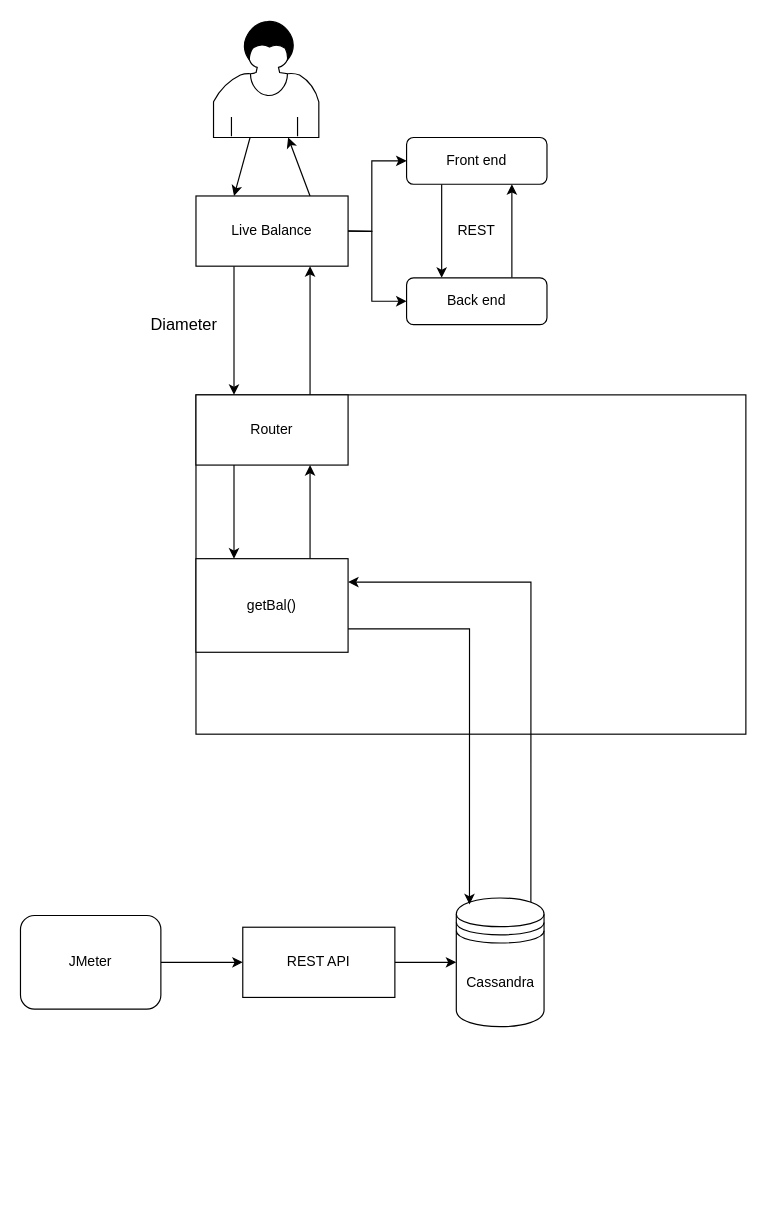
Earlier version of the draw.io diagram Diagram.drawio (nceduc/DiameterProject). Source tidied: cells renumbered, new cells numbered last; positions are measured from the earlier drawing's top-left corner, leaving out a move shared by most shapes. Both pictures are drawn from the tidied source at 117%, with x=0, y=0 at pixel (20, 20).
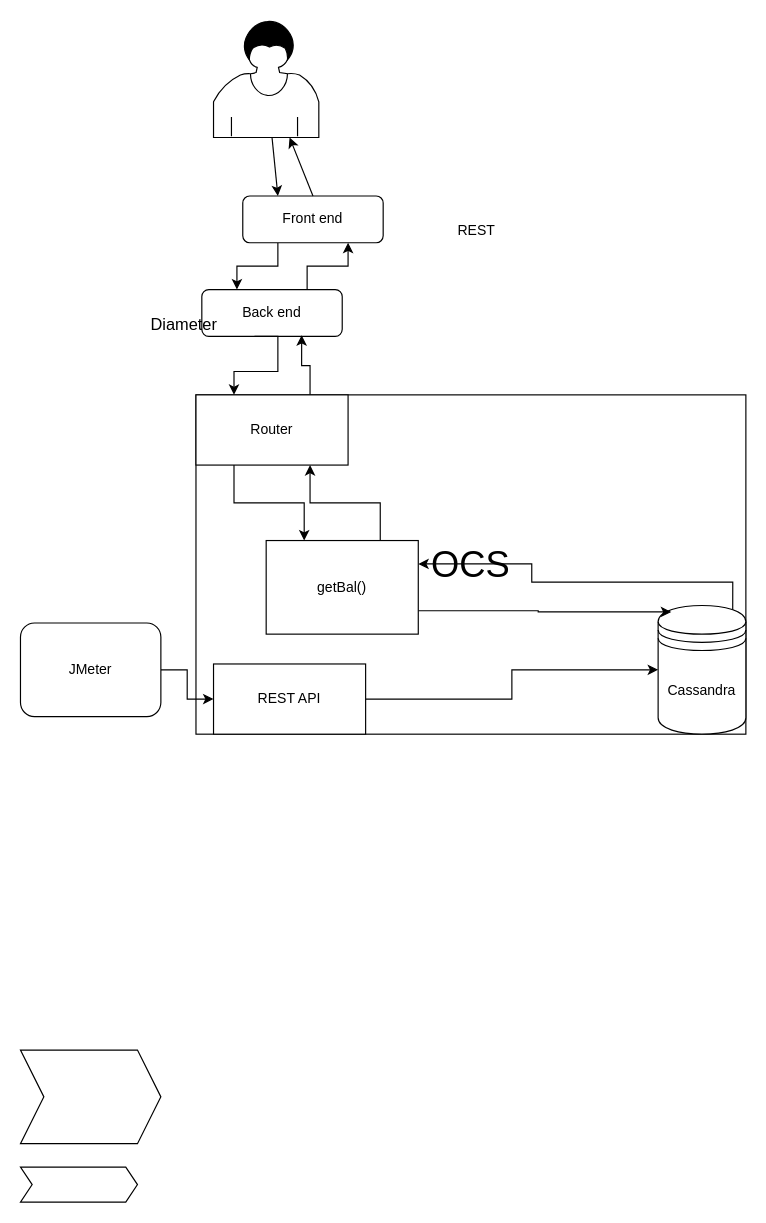
Above is the later version.

The change refers to these unchanged cells:
```xml
<mxCell id="3" style="shape=mxgraph.bpmn.user_task;html=1;outlineConnect=0;" parent="1" vertex="1">
  <mxGeometry x="165" width="90" height="100" as="geometry" />
</mxCell>
<mxCell id="10" value="&lt;font style=&quot;font-size: 14px&quot;&gt;Diameter&lt;/font&gt;" style="text;html=1;strokeColor=none;fillColor=none;align=center;verticalAlign=middle;whiteSpace=wrap;rounded=0;" parent="1" vertex="1">
  <mxGeometry x="80" y="240" width="120" height="40" as="geometry" />
</mxCell>
<mxCell id="22" value="Router" style="rounded=0;whiteSpace=wrap;html=1;" parent="1" vertex="1">
  <mxGeometry x="150" y="320" width="130" height="60" as="geometry" />
</mxCell>
```

Change to the diagram source:
```diff
@@
-    <mxCell id="2" style="rounded=0;whiteSpace=wrap;html=1;" parent="1" vertex="1">
+    <mxCell id="2" value="&lt;font style=&quot;font-size: 31px&quot;&gt;OCS&lt;/font&gt;" style="rounded=0;whiteSpace=wrap;html=1;" parent="1" vertex="1">
       <mxGeometry x="150" y="320" width="470" height="290" as="geometry" />
     </mxCell>
@@
     <mxCell id="5" value="Front end&lt;br&gt;" style="shape=ext;rounded=1;html=1;whiteSpace=wrap;" parent="1" vertex="1">
-      <mxGeometry x="330" y="100" width="120" height="40" as="geometry" />
+      <mxGeometry x="190" y="150" width="120" height="40" as="geometry" />
     </mxCell>
@@
     <mxCell id="7" value="Back end" style="shape=ext;rounded=1;html=1;whiteSpace=wrap;" parent="1" vertex="1">
-      <mxGeometry x="330" y="220" width="120" height="40" as="geometry" />
+      <mxGeometry x="155" y="230" width="120" height="40" as="geometry" />
     </mxCell>
-    <mxCell id="8" style="edgeStyle=orthogonalEdgeStyle;rounded=0;jettySize=auto;html=1;exitX=1;exitY=0.5;exitDx=0;exitDy=0;entryX=0;entryY=0.5;entryDx=0;entryDy=0;" parent="1" edge="1" target="5">
-      <mxGeometry relative="1" as="geometry">
-        <mxPoint x="269.6" y="179.8" as="sourcePoint" />
-      </mxGeometry>
-    </mxCell>
-    <mxCell id="9" style="edgeStyle=orthogonalEdgeStyle;rounded=0;jettySize=auto;html=1;exitX=1;exitY=0.5;exitDx=0;exitDy=0;entryX=0;entryY=0.5;entryDx=0;entryDy=0;" parent="1" edge="1" target="7">
-      <mxGeometry relative="1" as="geometry">
-        <mxPoint x="269.6" y="179.8" as="sourcePoint" />
-      </mxGeometry>
-    </mxCell>
@@
     <mxCell id="12" value="JMeter" style="shape=ext;rounded=1;html=1;whiteSpace=wrap;" parent="1" vertex="1">
-      <mxGeometry y="765" width="120" height="80" as="geometry" />
+      <mxGeometry y="515" width="120" height="80" as="geometry" />
     </mxCell>
@@
     <mxCell id="14" value="Cassandra" style="shape=datastore;whiteSpace=wrap;html=1;" parent="1" vertex="1">
-      <mxGeometry x="372.5" y="750" width="75" height="110" as="geometry" />
+      <mxGeometry x="545" y="500" width="75" height="110" as="geometry" />
     </mxCell>
@@
-    <mxCell id="16" style="endArrow=classic;html=1;entryX=0.25;entryY=0;entryDx=0;entryDy=0;" parent="1" edge="1" source="3" target="24">
+    <mxCell id="16" style="endArrow=classic;html=1;entryX=0.25;entryY=0;entryDx=0;entryDy=0;" parent="1" edge="1" source="3" target="5">
       <mxGeometry relative="1" as="geometry" />
     </mxCell>
-    <mxCell id="17" style="endArrow=classic;html=1;exitX=0.75;exitY=0;exitDx=0;exitDy=0;" parent="1" edge="1" source="24" target="3">
+    <mxCell id="17" style="endArrow=classic;html=1;exitX=0.5;exitY=0;exitDx=0;exitDy=0;" parent="1" edge="1" source="5" target="3">
       <mxGeometry relative="1" as="geometry" />
     </mxCell>
@@
     <mxCell id="19" value="REST API&lt;br&gt;" style="rounded=0;whiteSpace=wrap;html=1;" parent="1" vertex="1">
-      <mxGeometry x="190" y="775" width="130" height="60" as="geometry" />
+      <mxGeometry x="165" y="550" width="130" height="60" as="geometry" />
     </mxCell>
-    <mxCell id="20" style="edgeStyle=orthogonalEdgeStyle;rounded=0;jettySize=auto;html=1;exitX=0.75;exitY=0;exitDx=0;exitDy=0;entryX=0.75;entryY=1;entryDx=0;entryDy=0;" parent="1" edge="1" source="22" target="24">
+    <mxCell id="20" style="edgeStyle=orthogonalEdgeStyle;rounded=0;jettySize=auto;html=1;exitX=0.75;exitY=0;exitDx=0;exitDy=0;entryX=0.711;entryY=0.974;entryDx=0;entryDy=0;entryPerimeter=0;" parent="1" edge="1" source="22" target="7">
       <mxGeometry relative="1" as="geometry" />
     </mxCell>
@@
-    <mxCell id="23" style="edgeStyle=orthogonalEdgeStyle;rounded=0;jettySize=auto;html=1;exitX=0.25;exitY=1;exitDx=0;exitDy=0;entryX=0.25;entryY=0;entryDx=0;entryDy=0;" parent="1" edge="1" source="24" target="22">
+    <mxCell id="23" style="edgeStyle=orthogonalEdgeStyle;rounded=0;jettySize=auto;html=1;exitX=1;exitY=0.75;exitDx=0;exitDy=0;entryX=0.25;entryY=0;entryDx=0;entryDy=0;" parent="1" edge="1" source="10" target="22">
       <mxGeometry relative="1" as="geometry" />
     </mxCell>
-    <mxCell id="24" value="Live Balance" style="rounded=0;whiteSpace=wrap;html=1;" parent="1" vertex="1">
-      <mxGeometry x="150" y="150" width="130" height="60" as="geometry" />
-    </mxCell>
@@
     <mxCell id="27" value="getBal()" style="rounded=0;whiteSpace=wrap;html=1;" parent="1" vertex="1">
-      <mxGeometry x="150" y="460" width="130" height="80" as="geometry" />
+      <mxGeometry x="210" y="444.5" width="130" height="80" as="geometry" />
     </mxCell>
+    <mxCell id="28" style="shape=step;perimeter=stepPerimeter;whiteSpace=wrap;html=1;fixedSize=1;" parent="1" vertex="1">
+      <mxGeometry y="880" width="120" height="80" as="geometry" />
+    </mxCell>
+    <mxCell id="29" style="html=1;shadow=0;dashed=0;align=center;verticalAlign=middle;shape=mxgraph.arrows2.arrow;dy=0;dx=10;notch=10;" parent="1" vertex="1">
+      <mxGeometry y="980" width="100" height="30" as="geometry" />
+    </mxCell>
```
